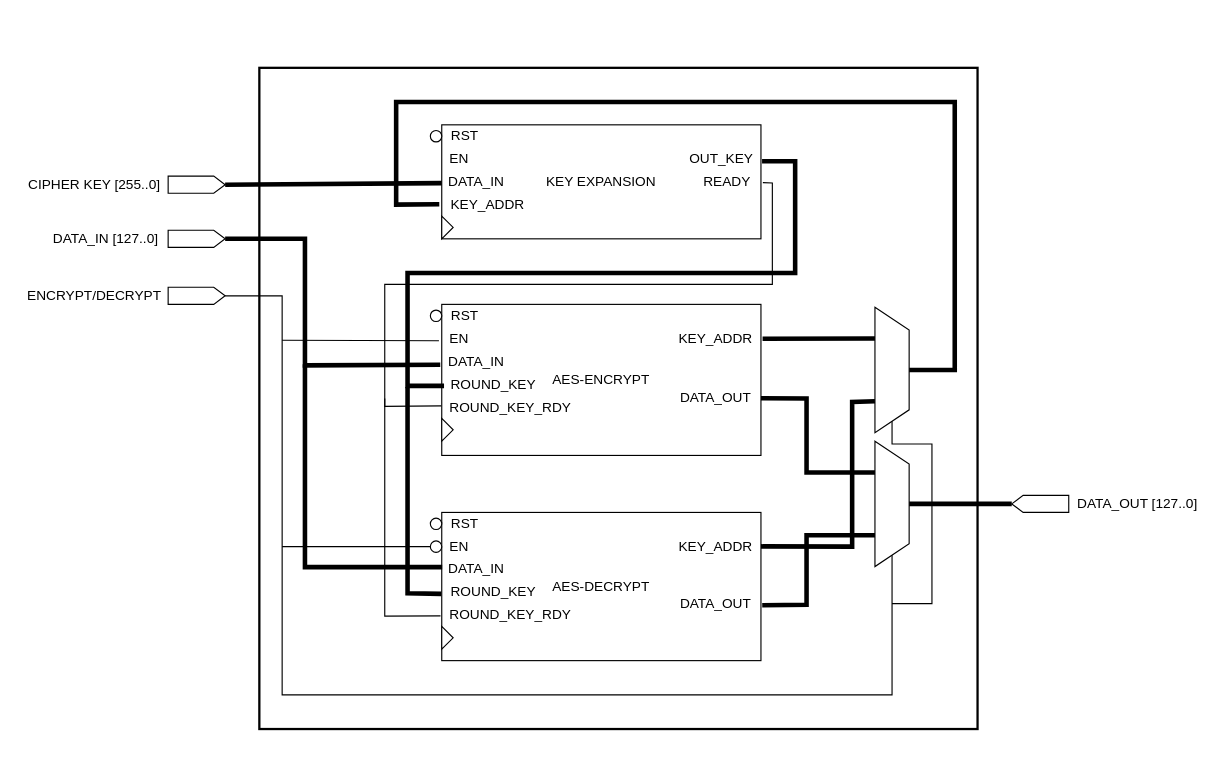
This is Diagrams/AES-256.drawio from hohaicongthuan/Project-1, a draw.io file, before an edit. Source tidied: cells renumbered, new cells numbered last; positions are measured from the earlier drawing's top-left corner, leaving out a move shared by most shapes. Both pictures are drawn from the tidied source at 114%, with x=0, y=0 at pixel (19, 67).
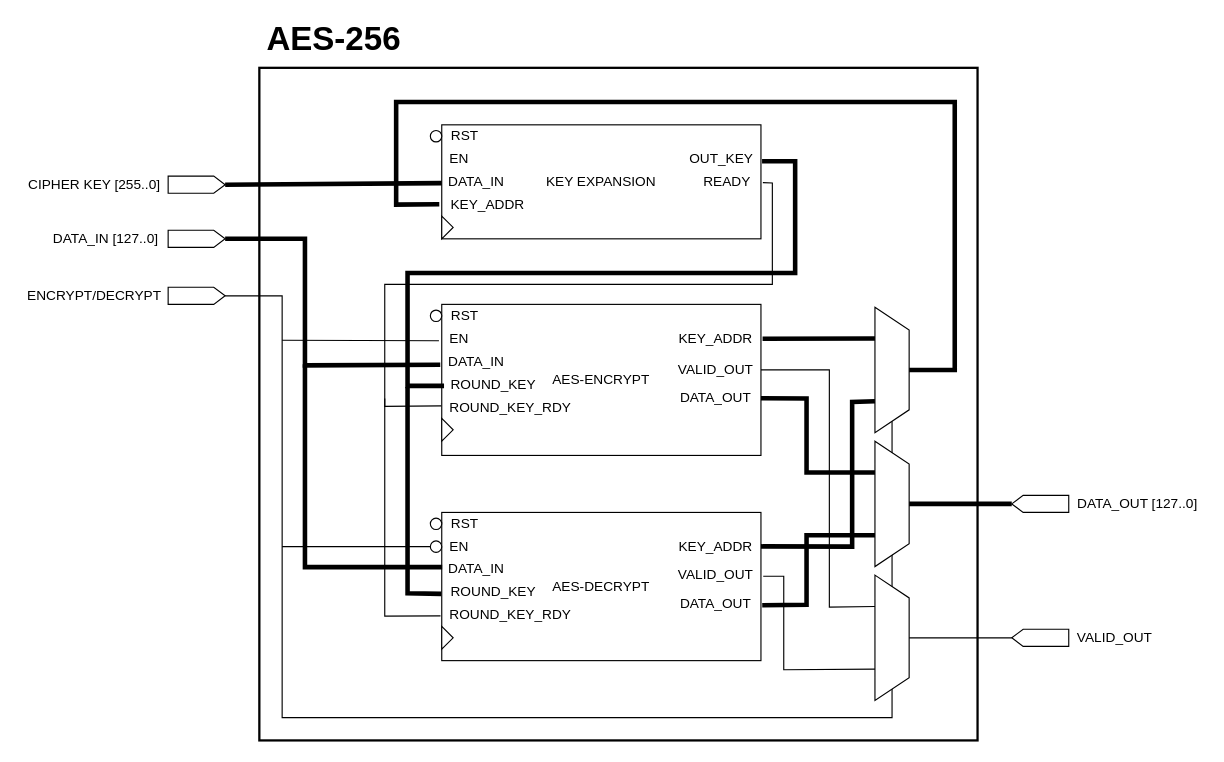
After the change.

Commit message (it also covers changes not shown here):
Update docs and AES-256 diagram

The change refers to these unchanged cells:
```xml
<mxCell id="19" style="shape=trapezoid;perimeter=trapezoidPerimeter;whiteSpace=wrap;html=1;fixedSize=1;direction=south;" parent="1" vertex="1">
  <mxGeometry x="750" y="210" width="30" height="110" as="geometry" />
</mxCell>
<mxCell id="20" style="shape=trapezoid;perimeter=trapezoidPerimeter;whiteSpace=wrap;html=1;fixedSize=1;direction=south;" parent="1" vertex="1">
  <mxGeometry x="750" y="327.5" width="30" height="110" as="geometry" />
</mxCell>
<mxCell id="23" style="shape=mxgraph.arrows2.arrow;verticalLabelPosition=bottom;shadow=0;dashed=0;align=center;html=1;verticalAlign=top;strokeWidth=1;dy=0;dx=10;notch=0;" parent="1" vertex="1">
  <mxGeometry x="130" y="192.5" width="50" height="15" as="geometry" />
</mxCell>
```

The edit, as a diff of the source:
```diff
@@
     <mxCell id="2" style="rounded=0;whiteSpace=wrap;html=1;fillColor=none;strokeWidth=2;" parent="1" vertex="1">
-      <mxGeometry x="210" width="630" height="580" as="geometry" />
+      <mxGeometry x="210" width="630" height="590" as="geometry" />
     </mxCell>
+    <mxCell id="52" style="endArrow=none;html=1;entryX=1;entryY=0.5;entryDx=0;entryDy=0;entryPerimeter=0;rounded=0;exitX=1;exitY=0.5;exitDx=0;exitDy=0;" parent="1" edge="1" source="19" target="23">
+      <mxGeometry relative="1" as="geometry">
+        <Array as="points">
+          <mxPoint x="765" y="570" />
+          <mxPoint x="230" y="570" />
+          <mxPoint x="230" y="200" />
+        </Array>
+      </mxGeometry>
+    </mxCell>
@@
-    <mxCell id="52" style="endArrow=none;html=1;entryX=1;entryY=0.5;entryDx=0;entryDy=0;entryPerimeter=0;rounded=0;exitX=1;exitY=0.5;exitDx=0;exitDy=0;" parent="1" edge="1" source="20" target="23">
-      <mxGeometry relative="1" as="geometry">
-        <Array as="points">
-          <mxPoint x="765" y="550" />
-          <mxPoint x="230" y="550" />
-          <mxPoint x="230" y="200" />
-        </Array>
-      </mxGeometry>
-    </mxCell>
@@
-    <mxCell id="55" style="endArrow=none;html=1;entryX=1;entryY=0.5;entryDx=0;entryDy=0;rounded=0;" parent="1" edge="1" target="19">
-      <mxGeometry relative="1" as="geometry">
-        <mxPoint x="765" y="470" as="sourcePoint" />
-        <Array as="points">
-          <mxPoint x="800" y="470" />
-          <mxPoint x="800" y="330" />
-          <mxPoint x="765" y="330" />
-        </Array>
-      </mxGeometry>
-    </mxCell>
@@
+    <mxCell id="60" style="shape=trapezoid;perimeter=trapezoidPerimeter;whiteSpace=wrap;html=1;fixedSize=1;direction=south;" parent="1" vertex="1">
+      <mxGeometry x="750" y="445" width="30" height="110" as="geometry" />
+    </mxCell>
+    <mxCell id="61" value="VALID_OUT" style="text;html=1;align=center;verticalAlign=middle;points=[];strokeColor=none;" parent="1" vertex="1">
+      <mxGeometry x="570" y="255" width="80" height="20" as="geometry" />
+    </mxCell>
+    <mxCell id="62" value="VALID_OUT" style="text;html=1;align=center;verticalAlign=middle;points=[];strokeColor=none;" parent="1" vertex="1">
+      <mxGeometry x="570" y="435" width="80" height="20" as="geometry" />
+    </mxCell>
+    <mxCell id="63" style="endArrow=none;html=1;entryX=0.25;entryY=1;entryDx=0;entryDy=0;exitX=1;exitY=0.5;exitDx=0;exitDy=0;exitPerimeter=0;rounded=0;" parent="1" edge="1" source="61" target="60">
+      <mxGeometry relative="1" as="geometry">
+        <Array as="points">
+          <mxPoint x="710" y="265" />
+          <mxPoint x="710" y="473" />
+        </Array>
+      </mxGeometry>
+    </mxCell>
+    <mxCell id="64" style="endArrow=none;html=1;exitX=1.025;exitY=0.55;exitDx=0;exitDy=0;exitPerimeter=0;entryX=0.75;entryY=1;entryDx=0;entryDy=0;rounded=0;" parent="1" edge="1" source="62" target="60">
+      <mxGeometry relative="1" as="geometry">
+        <Array as="points">
+          <mxPoint x="670" y="446" />
+          <mxPoint x="670" y="528" />
+        </Array>
+      </mxGeometry>
+    </mxCell>
+    <mxCell id="65" style="shape=mxgraph.arrows2.arrow;verticalLabelPosition=bottom;shadow=0;dashed=0;align=center;html=1;verticalAlign=top;strokeWidth=1;dy=0;dx=10;notch=0;flipH=1;" parent="1" vertex="1">
+      <mxGeometry x="870" y="492.5" width="50" height="15" as="geometry" />
+    </mxCell>
+    <mxCell id="66" value="VALID_OUT" style="text;html=1;align=center;verticalAlign=middle;strokeColor=none;" parent="1" vertex="1">
+      <mxGeometry x="920" y="490" width="80" height="20" as="geometry" />
+    </mxCell>
+    <mxCell id="67" style="endArrow=none;html=1;exitX=0.5;exitY=0;exitDx=0;exitDy=0;entryX=1;entryY=0.5;entryDx=0;entryDy=0;entryPerimeter=0;" parent="1" edge="1" source="60" target="65">
+      <mxGeometry relative="1" as="geometry" />
+    </mxCell>
+    <mxCell id="68" value="&lt;font size=&quot;1&quot;&gt;&lt;b style=&quot;font-size: 29px&quot;&gt;AES-256&lt;/b&gt;&lt;/font&gt;" style="text;html=1;align=center;verticalAlign=middle;strokeColor=none;" parent="1" vertex="1">
+      <mxGeometry x="210" y="-40" width="130" height="30" as="geometry" />
+    </mxCell>
```
